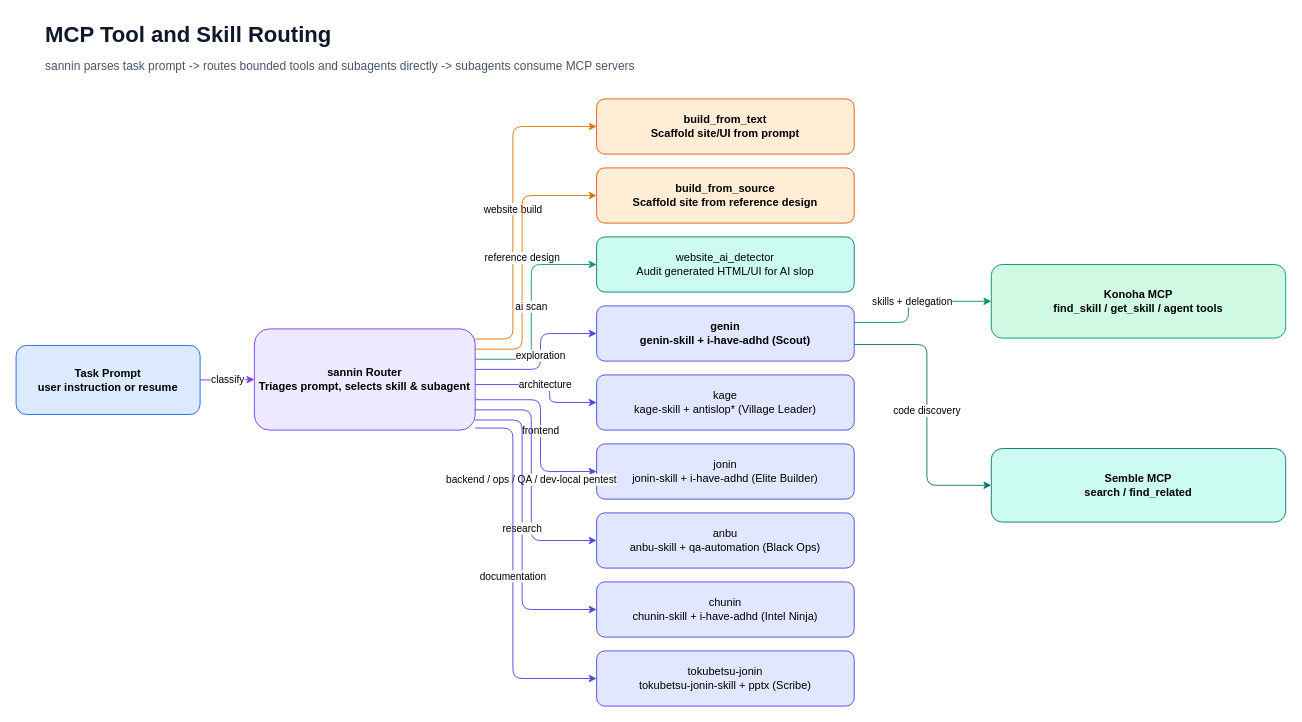
The draw.io diagram page "03 MCP Tool and Skill Routing" (3 of 15) of docs/diagrams/konoha-architecture.drawio in andycungkrinx91/konoha, before the edit. Source tidied: cells renumbered, new cells numbered last; positions are measured from the earlier drawing's top-left corner, leaving out a move shared by most shapes. Both pictures are drawn from the tidied source at 92%, with x=0, y=0 at pixel (16, 16).
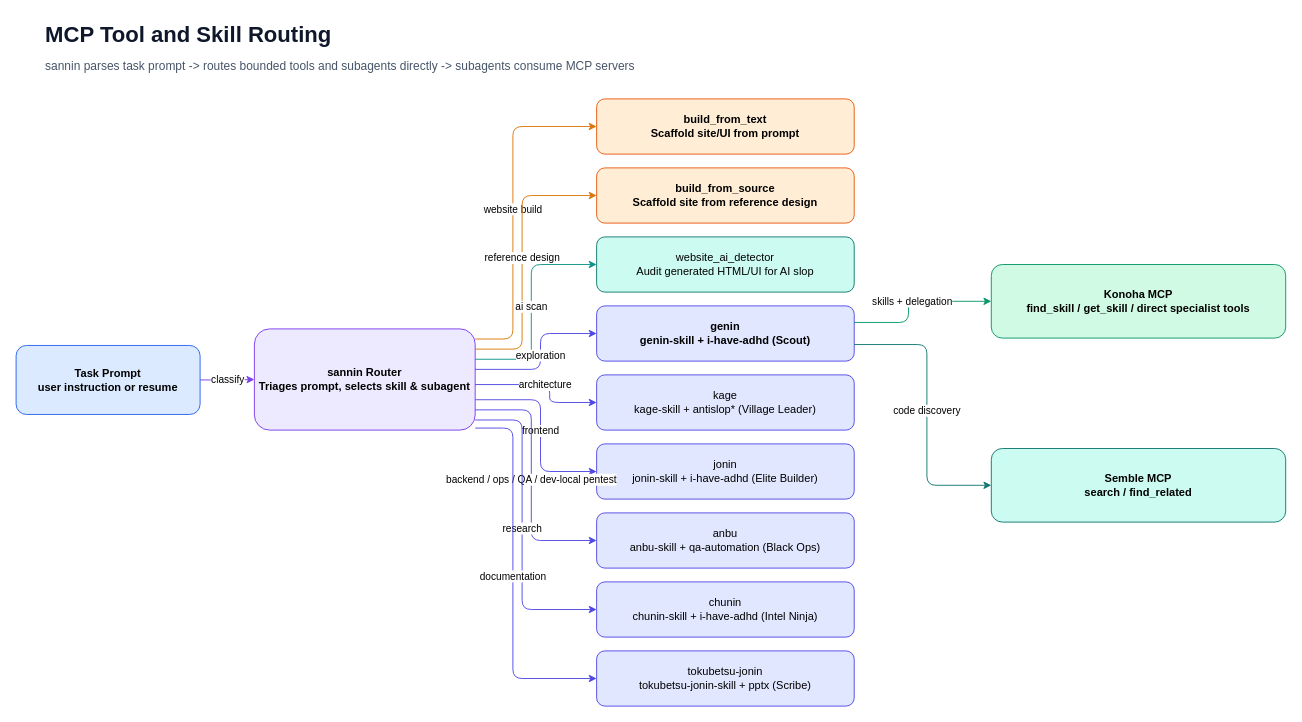
The same diagram, later.

The edit, as a diff of the source:
```diff
@@
-    <mxCell id="15" value="Konoha MCP&#10;find_skill / get_skill / agent tools" style="rounded=1;html=1;whiteSpace=wrap;fillColor=#d1fae5;strokeColor=#059669;fontStyle=1;overflow=visible;" parent="1" vertex="1">
+    <mxCell id="15" value="Konoha MCP&#10;find_skill / get_skill / direct specialist tools" style="rounded=1;html=1;whiteSpace=wrap;fillColor=#d1fae5;strokeColor=#059669;fontStyle=1;overflow=visible;" parent="1" vertex="1">
       <mxGeometry x="1060" y="270" width="320" height="80" as="geometry" />
     </mxCell>
```
